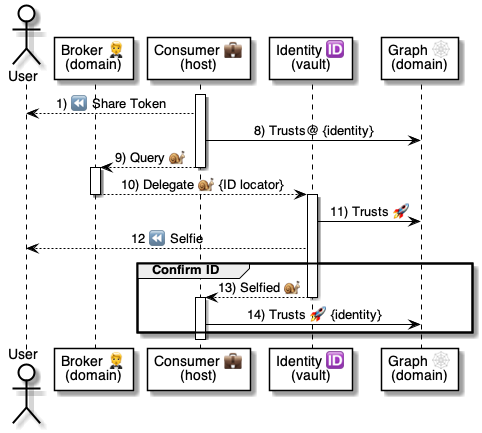
Before: 5 ⏩ Flows/20 💼⏩ Consumers/.📎 Assets/⚙️ Query Token+ID.png, a diagram exported from PlantUML (pollyweb-org/pollyweb-docs). Its source is kept beside it as 5 ⏩ Flows/20 💼⏩ Consumers/.📎 Assets/⚙️ Query Token+ID.puml.
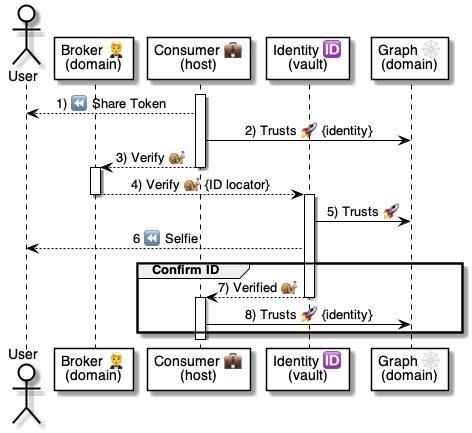
Later version of the same file.

Diff of the diagram source:
```diff
@@ -14,29 +14,29 @@
 
 
 
-    consumer -> graph: 8) Trusts@ {identity}
-    consumer --> broker: 9) Query 🐌
+    consumer -> graph: 2) Trusts 🚀 {identity}
+    consumer --> broker: 3) Verify 🐌
     deactivate consumer
 
     activate broker
-        broker --> identity: 10) Delegate 🐌 {ID locator}
+        broker --> identity: 4) Verify 🐌 {ID locator}
     deactivate broker
 
     activate identity
-        identity -> graph: 11) Trusts 🚀
+        identity -> graph: 5) Trusts 🚀
 
 
 
 
-identity --> user: 12 ⏪ Selfie
+identity --> user: 6 ⏪ Selfie
 
 group Confirm ID
 
-        identity --> consumer: 13) Selfied 🐌
+        identity --> consumer: 7) Verified 🐌
     deactivate identity
 
     activate consumer
-        consumer -> graph: 14) Trusts 🚀 {identity}
+        consumer -> graph: 8) Trusts 🚀 {identity}
 
 end group
 
```
